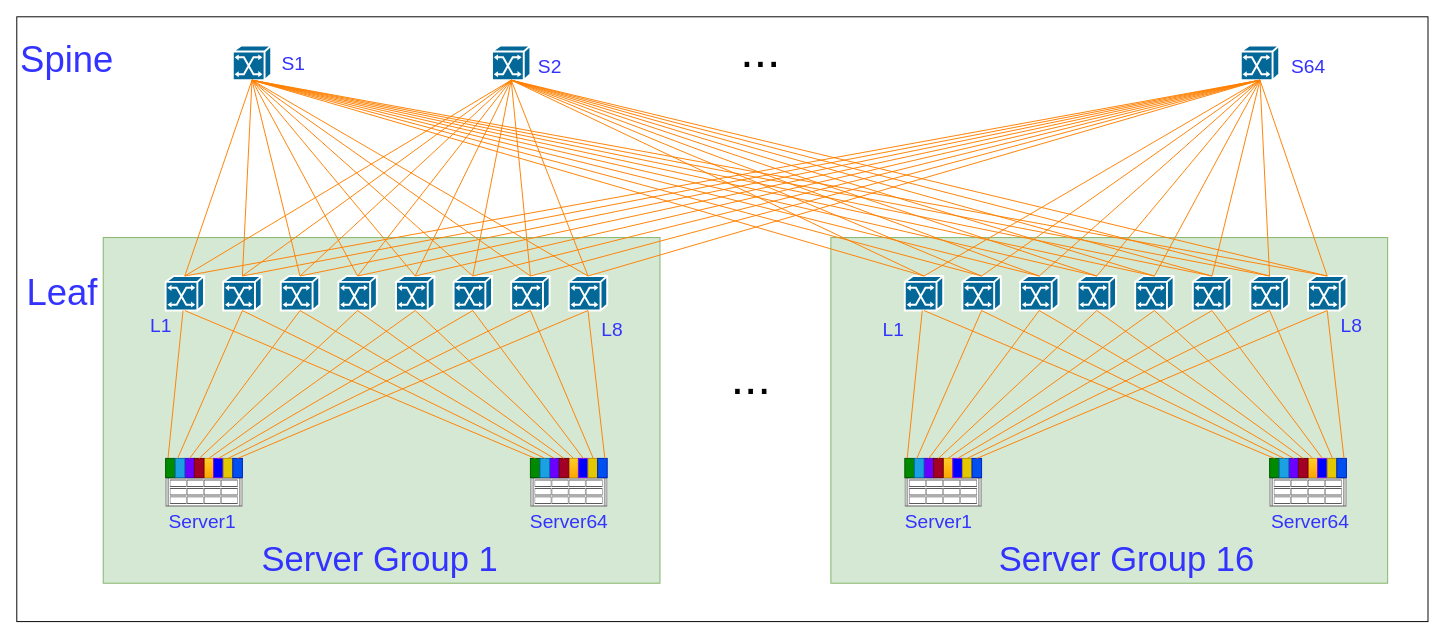
hel-2000/network-draw keeps this draw.io diagram as 3万卡-2层-盒框组网.drawio. Above is the earlier version. Source tidied: cells renumbered, new cells numbered last; positions are measured from the earlier drawing's top-left corner, leaving out a move shared by most shapes. Both pictures are drawn from the tidied source at 96%, with x=0, y=0 at pixel (16, 16).
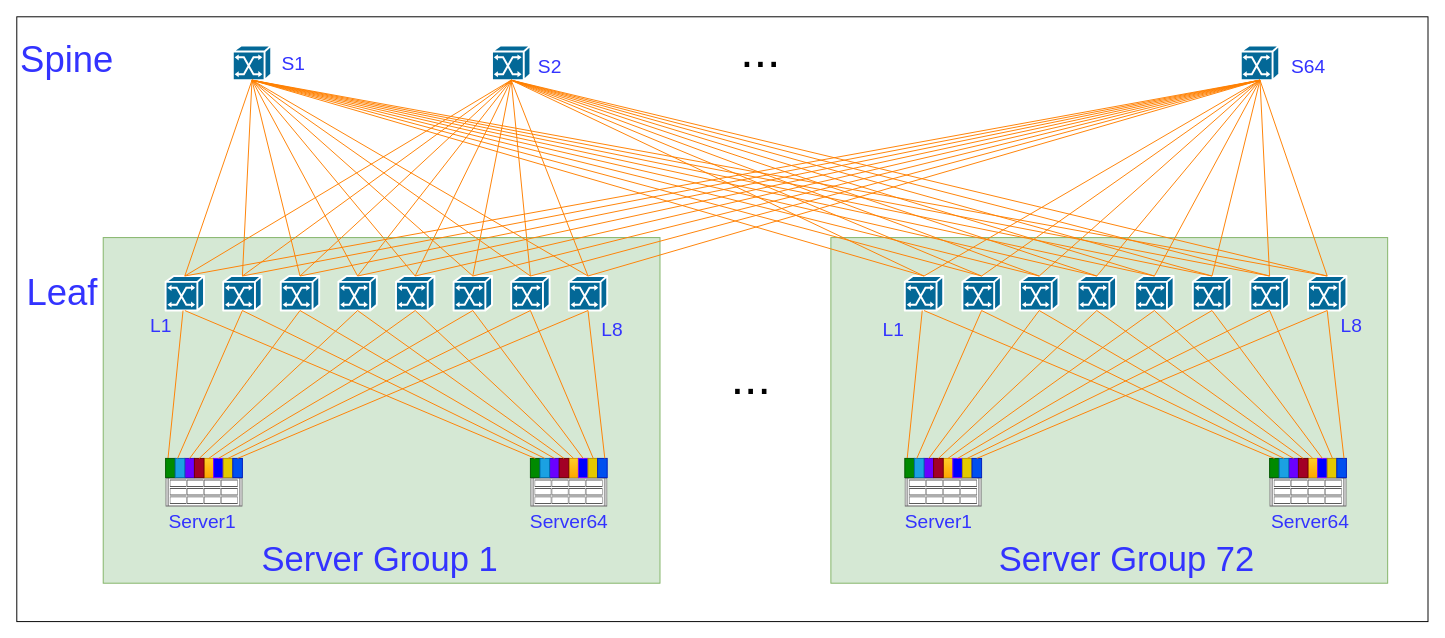
The same page after the edit.

Commit message:
更新3万卡-2层-盒框组网.drawio

Change to the diagram source:
```diff
@@
-    <mxCell id="148" value="&lt;font style=&quot;font-size: 36px;&quot; color=&quot;#3333ff&quot;&gt;Server Group 16&lt;/font&gt;" style="text;strokeColor=none;align=center;fillColor=none;html=1;verticalAlign=middle;whiteSpace=wrap;rounded=0;" parent="1" vertex="1">
+    <mxCell id="148" value="&lt;font style=&quot;font-size: 36px;&quot; color=&quot;#3333ff&quot;&gt;Server Group 72&lt;/font&gt;" style="text;strokeColor=none;align=center;fillColor=none;html=1;verticalAlign=middle;whiteSpace=wrap;rounded=0;" parent="1" vertex="1">
       <mxGeometry x="998" y="550" width="317" height="30" as="geometry" />
     </mxCell>
```
